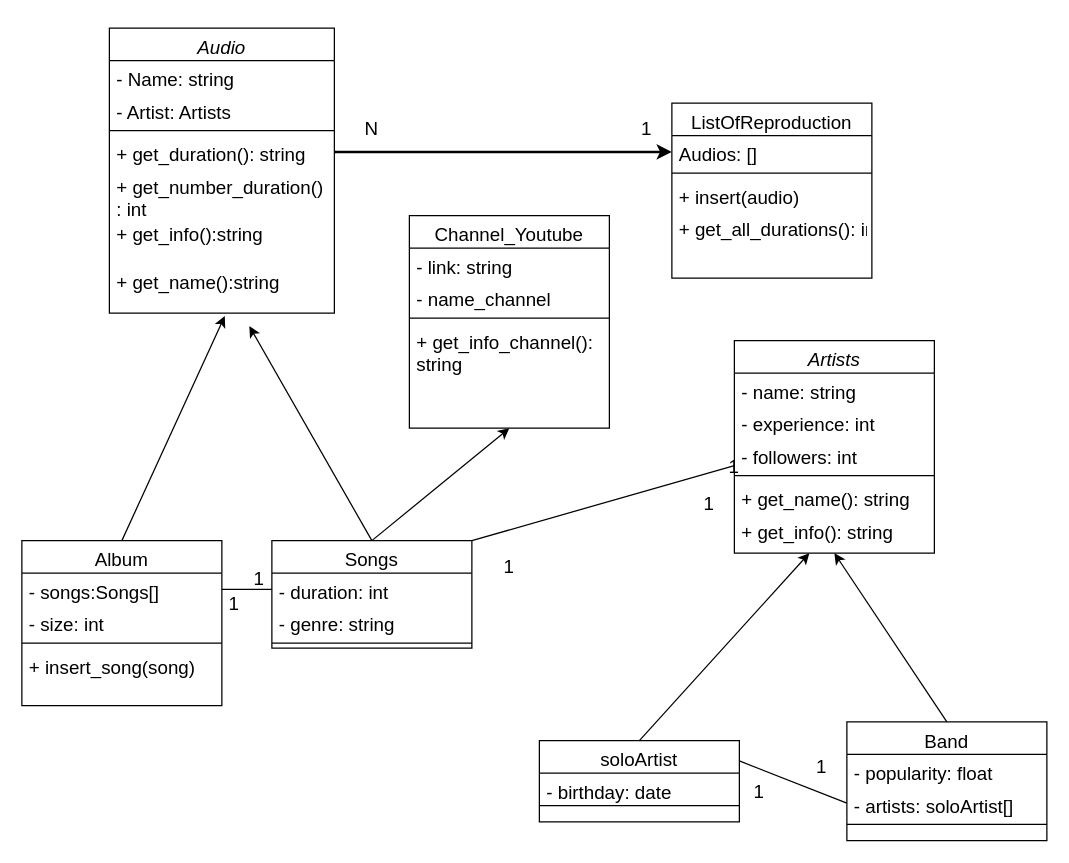
This is DominioDeClases.drawio from AlvaroCori/Arquitectura_Software_Laboratorio_2, a draw.io file, before an edit. Source tidied: cells renumbered, new cells numbered last; positions are measured from the earlier drawing's top-left corner, leaving out a move shared by most shapes. Both pictures are drawn from the tidied source at 125%, with x=0, y=0 at pixel (21, 28).
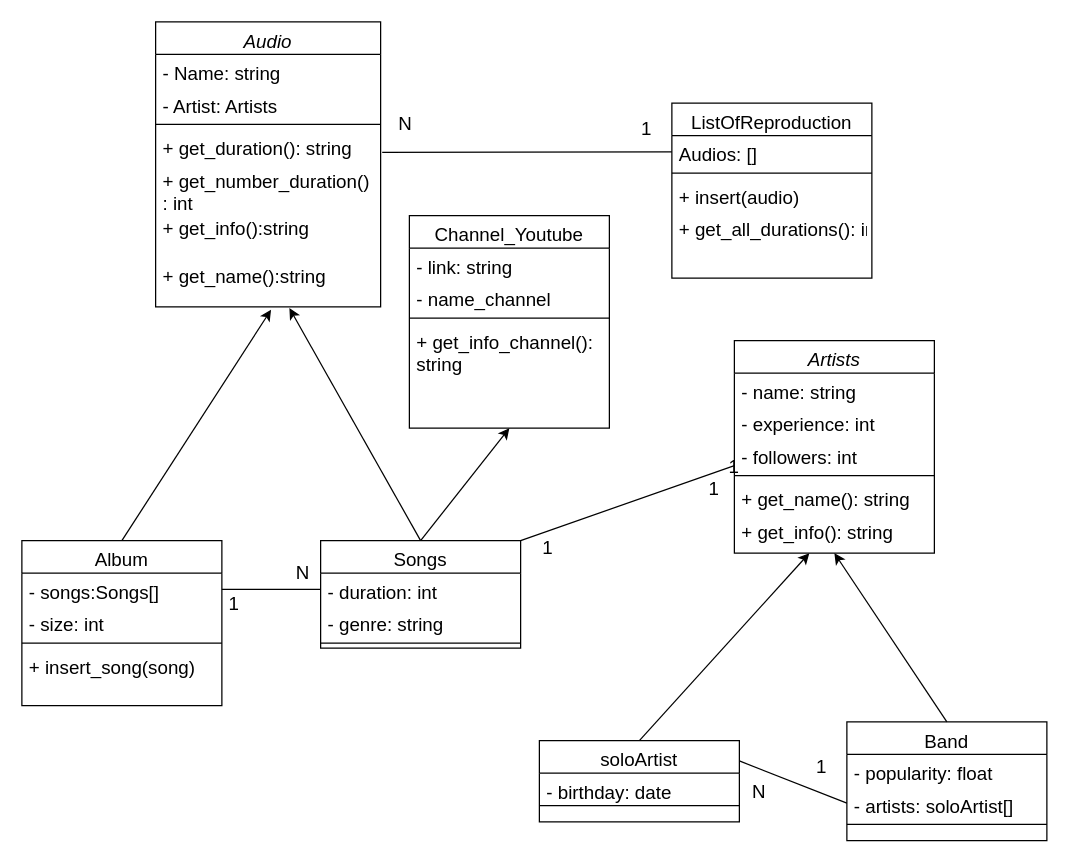
After the change.

Unchanged cells that the change refers to:
```xml
<mxCell id="6" value="+ get_duration(): string" style="text;align=left;verticalAlign=top;spacingLeft=4;spacingRight=4;overflow=hidden;points=[[0,0.5],[1,0.5]];portConstraint=eastwest;fontSize=15;" parent="2" vertex="1">
  <mxGeometry y="86" width="180" height="26" as="geometry" />
</mxCell>
<mxCell id="7" value="+ get_number_duration()&#10;: int" style="text;align=left;verticalAlign=top;spacingLeft=4;spacingRight=4;overflow=hidden;points=[[0,0.5],[1,0.5]];portConstraint=eastwest;fontSize=15;" parent="2" vertex="1">
  <mxGeometry y="112" width="180" height="38" as="geometry" />
</mxCell>
<mxCell id="9" value="+ get_name():string" style="text;align=left;verticalAlign=top;spacingLeft=4;spacingRight=4;overflow=hidden;points=[[0,0.5],[1,0.5]];portConstraint=eastwest;fontSize=15;" parent="2" vertex="1">
  <mxGeometry y="188" width="180" height="38" as="geometry" />
</mxCell>
<mxCell id="20" value="Audios: []" style="text;align=left;verticalAlign=top;spacingLeft=4;spacingRight=4;overflow=hidden;points=[[0,0.5],[1,0.5]];portConstraint=eastwest;fontSize=15;" parent="19" vertex="1">
  <mxGeometry y="26" width="160" height="26" as="geometry" />
</mxCell>
```

Change to the diagram source:
```diff
@@
     <mxCell id="2" value="Audio" style="swimlane;fontStyle=2;align=center;verticalAlign=top;horizontal=1;startSize=26;rounded=0;shadow=0;strokeWidth=1;fontSize=15;" parent="1" vertex="1">
-      <mxGeometry x="70" width="180" height="228" as="geometry" />
+      <mxGeometry x="107" y="-5" width="180" height="228" as="geometry" />
     </mxCell>
@@
     <mxCell id="15" value="Songs" style="swimlane;fontStyle=0;align=center;verticalAlign=top;horizontal=1;startSize=26;rounded=0;shadow=0;strokeWidth=1;fontSize=15;" parent="1" vertex="1">
-      <mxGeometry x="200" y="410" width="160" height="86" as="geometry" />
+      <mxGeometry x="239" y="410" width="160" height="86" as="geometry" />
     </mxCell>
@@
-    <mxCell id="39" style="endArrow=classic;html=1;exitX=0.5;exitY=0;exitDx=0;exitDy=0;fontSize=15;entryX=0.622;entryY=1.327;entryDx=0;entryDy=0;entryPerimeter=0;" parent="1" edge="1" source="15" target="9">
-      <mxGeometry relative="1" as="geometry" />
+    <mxCell id="39" style="endArrow=classic;html=1;exitX=0.5;exitY=0;exitDx=0;exitDy=0;fontSize=15;" parent="1" edge="1" source="15">
+      <mxGeometry relative="1" as="geometry">
+        <mxPoint x="214" y="224" as="targetPoint" />
+      </mxGeometry>
     </mxCell>
-    <mxCell id="40" style="endArrow=classic;html=1;exitX=1;exitY=0.5;exitDx=0;exitDy=0;entryX=0;entryY=0.5;entryDx=0;entryDy=0;strokeWidth=2;fontSize=15;" parent="1" edge="1" source="6" target="20">
-      <mxGeometry relative="1" as="geometry" />
-    </mxCell>
@@
     <mxCell id="45" value="1" style="text;html=1;strokeColor=none;fillColor=none;align=center;verticalAlign=middle;whiteSpace=wrap;rounded=0;fontSize=15;" parent="1" vertex="1">
-      <mxGeometry x="370" y="420" width="40" height="20" as="geometry" />
+      <mxGeometry x="401" y="405" width="40" height="20" as="geometry" />
     </mxCell>
@@
     <mxCell id="47" value="N" style="text;html=1;strokeColor=none;fillColor=none;align=center;verticalAlign=middle;whiteSpace=wrap;rounded=0;fontSize=15;" parent="1" vertex="1">
-      <mxGeometry x="260" y="70" width="40" height="20" as="geometry" />
+      <mxGeometry x="287" y="66" width="40" height="20" as="geometry" />
     </mxCell>
@@
     <mxCell id="54" value="1" style="text;html=1;strokeColor=none;fillColor=none;align=center;verticalAlign=middle;whiteSpace=wrap;rounded=0;fontSize=15;" parent="1" vertex="1">
-      <mxGeometry x="530" y="370" width="40" height="20" as="geometry" />
+      <mxGeometry x="534" y="358" width="40" height="20" as="geometry" />
     </mxCell>
@@
-    <mxCell id="56" value="1" style="text;html=1;strokeColor=none;fillColor=none;align=center;verticalAlign=middle;whiteSpace=wrap;rounded=0;fontSize=15;" parent="1" vertex="1">
-      <mxGeometry x="170" y="430" width="40" height="20" as="geometry" />
+    <mxCell id="56" value="N" style="text;html=1;strokeColor=none;fillColor=none;align=center;verticalAlign=middle;whiteSpace=wrap;rounded=0;fontSize=15;" parent="1" vertex="1">
+      <mxGeometry x="205" y="425" width="40" height="20" as="geometry" />
     </mxCell>
@@
-    <mxCell id="59" value="1" style="text;html=1;strokeColor=none;fillColor=none;align=center;verticalAlign=middle;whiteSpace=wrap;rounded=0;fontSize=15;" parent="1" vertex="1">
+    <mxCell id="59" value="N" style="text;html=1;strokeColor=none;fillColor=none;align=center;verticalAlign=middle;whiteSpace=wrap;rounded=0;fontSize=15;" parent="1" vertex="1">
       <mxGeometry x="570" y="600" width="40" height="20" as="geometry" />
     </mxCell>
@@
+    <mxCell id="61" style="endArrow=none;html=1;exitX=1.007;exitY=-0.202;exitDx=0;exitDy=0;entryX=0;entryY=0.5;entryDx=0;entryDy=0;fontSize=15;exitPerimeter=0;" parent="1" edge="1" source="7" target="20">
+      <mxGeometry relative="1" as="geometry" />
+    </mxCell>
```
